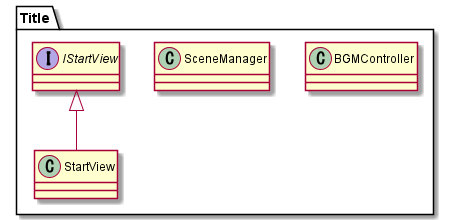
Before: Assets/_SlimeCatch/Docs/Title.png, a diagram exported from PlantUML (RiseManagement/SlimeCatch). Its diagram source:
```plantuml
@startuml

namespace Title{
    class BGMController
    class SceneManager
    class StartView
    interface IStartView

    IStartView <|-- StartView
}

@enduml
```
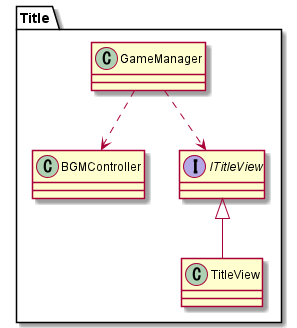
Later version of the same file.

Commit message:
document Titleシーンの依存関係の画像の更新

The edit, as a diff of the source:
```diff
@@ -2,11 +2,13 @@
 
 namespace Title{
     class BGMController
-    class SceneManager
-    class StartView
-    interface IStartView
+    class GameManager
+    class TitleView
+    interface ITitleView
 
-    IStartView <|-- StartView
+    ITitleView <|-- TitleView
+    GameManager ..> BGMController
+    GameManager ..> ITitleView
 }
 
 @enduml
```
